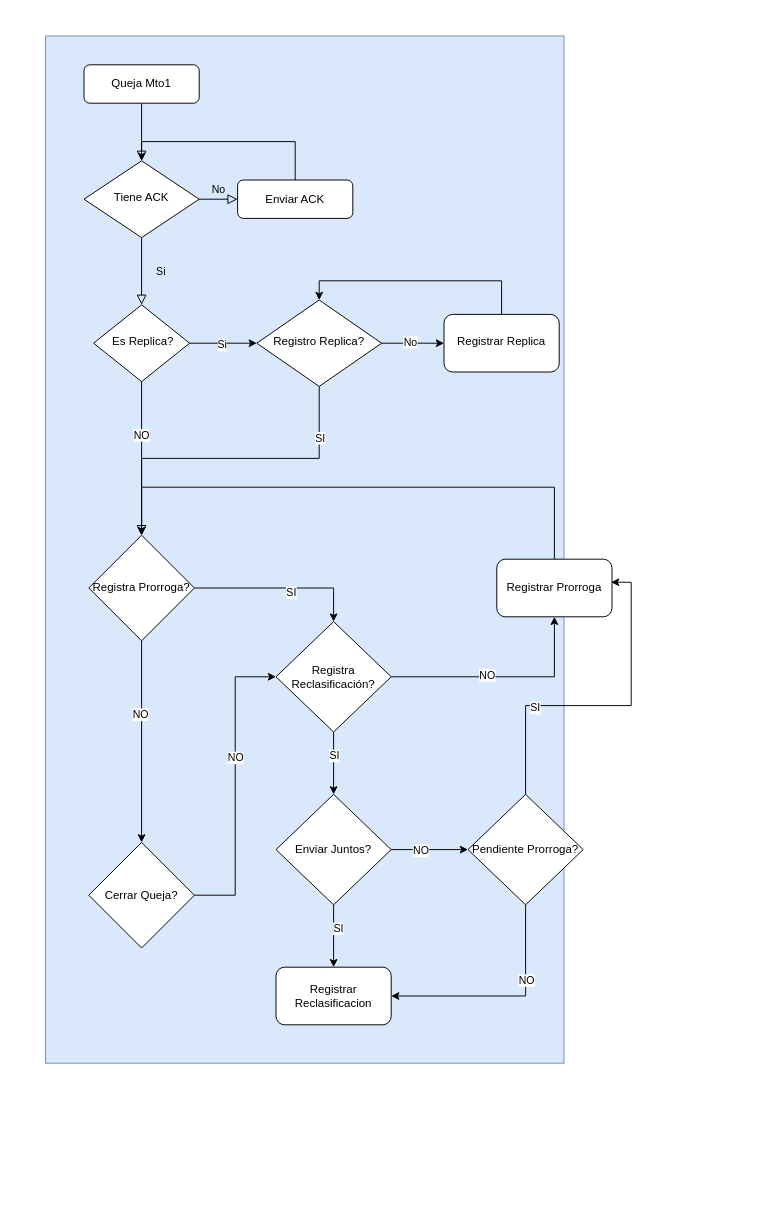
Above: Flujo Reclasificacion.drawio in PLATYPUSCO007/DRAWIO (draw.io), before the change. Source tidied: cells renumbered, new cells numbered last; positions are measured from the earlier drawing's top-left corner, leaving out a move shared by most shapes. Both pictures are drawn from the tidied source at 96%, with x=0, y=0 at pixel (45, 36).
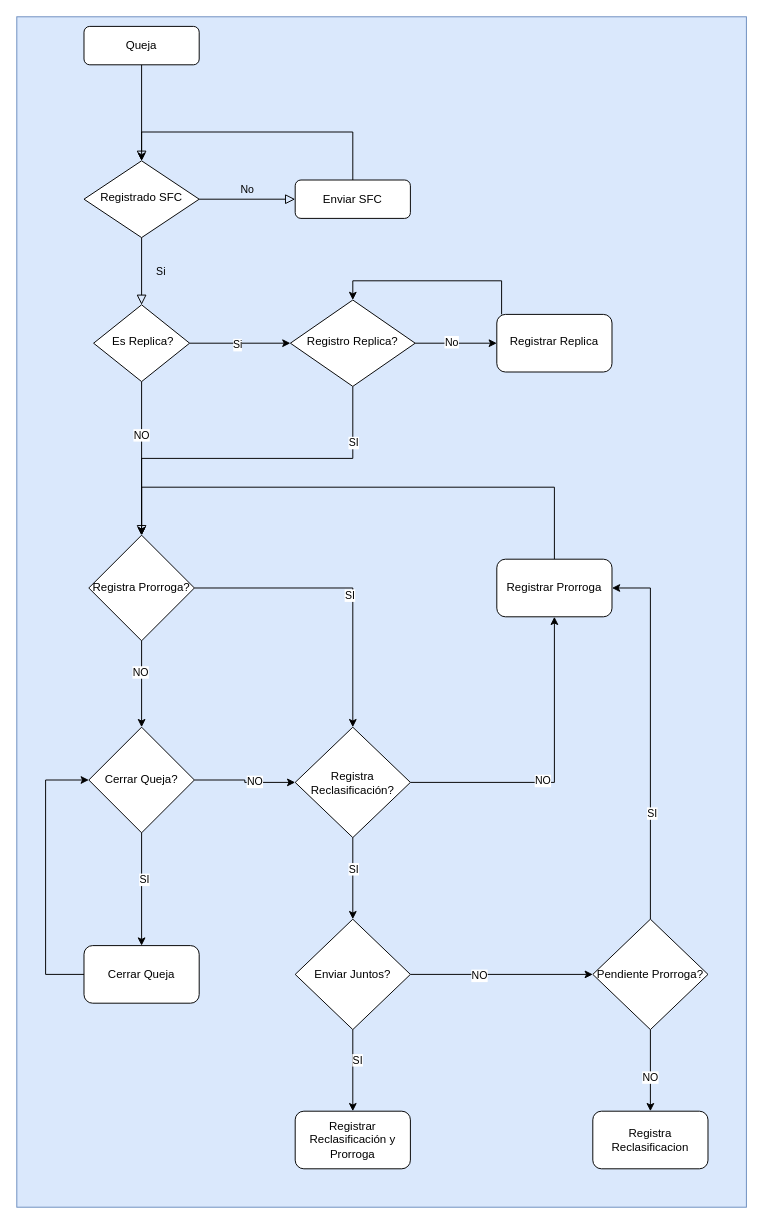
After the change.

The edit, as a diff of the source:
```diff
@@
+    <mxCell id="48" style="group;" parent="1" vertex="1">
+      <mxGeometry x="-30" y="-20" width="760" height="1240" as="geometry" />
+    </mxCell>
-    <mxCell id="2" style="rounded=0;whiteSpace=wrap;html=1;fillColor=#dae8fc;strokeColor=#6c8ebf;" parent="1" vertex="1">
-      <mxGeometry width="540" height="1070" as="geometry" />
+    <mxCell id="2" style="rounded=0;whiteSpace=wrap;html=1;fillColor=#dae8fc;strokeColor=#6c8ebf;" parent="48" vertex="1">
+      <mxGeometry width="760" height="1240" as="geometry" />
     </mxCell>
-    <mxCell id="3" style="rounded=0;html=1;jettySize=auto;fontSize=11;endArrow=block;endFill=0;endSize=8;strokeWidth=1;shadow=0;labelBackgroundColor=none;edgeStyle=orthogonalEdgeStyle;" parent="1" edge="1" source="4" target="7">
+    <mxCell id="3" style="rounded=0;html=1;jettySize=auto;fontSize=11;endArrow=block;endFill=0;endSize=8;strokeWidth=1;shadow=0;labelBackgroundColor=none;edgeStyle=orthogonalEdgeStyle;" parent="48" edge="1" source="4" target="7">
       <mxGeometry relative="1" as="geometry" />
     </mxCell>
-    <mxCell id="4" value="Queja Mto1" style="rounded=1;whiteSpace=wrap;html=1;fontSize=12;glass=0;strokeWidth=1;shadow=0;" parent="1" vertex="1">
-      <mxGeometry x="40" y="30" width="120" height="40" as="geometry" />
+    <mxCell id="4" value="Queja" style="rounded=1;whiteSpace=wrap;html=1;fontSize=12;glass=0;strokeWidth=1;shadow=0;" parent="48" vertex="1">
+      <mxGeometry x="70" y="10" width="120" height="40" as="geometry" />
     </mxCell>
-    <mxCell id="5" value="Si" style="rounded=0;html=1;jettySize=auto;fontSize=11;endArrow=block;endFill=0;endSize=8;strokeWidth=1;shadow=0;labelBackgroundColor=none;edgeStyle=orthogonalEdgeStyle;" parent="1" edge="1" source="7" target="14">
+    <mxCell id="5" value="Si" style="rounded=0;html=1;jettySize=auto;fontSize=11;endArrow=block;endFill=0;endSize=8;strokeWidth=1;shadow=0;labelBackgroundColor=none;edgeStyle=orthogonalEdgeStyle;" parent="48" edge="1" source="7" target="14">
       <mxGeometry y="20" relative="1" as="geometry" />
     </mxCell>
-    <mxCell id="6" value="No" style="edgeStyle=orthogonalEdgeStyle;rounded=0;html=1;jettySize=auto;fontSize=11;endArrow=block;endFill=0;endSize=8;strokeWidth=1;shadow=0;labelBackgroundColor=none;" parent="1" edge="1" source="7" target="9">
+    <mxCell id="6" value="No" style="edgeStyle=orthogonalEdgeStyle;rounded=0;html=1;jettySize=auto;fontSize=11;endArrow=block;endFill=0;endSize=8;strokeWidth=1;shadow=0;labelBackgroundColor=none;" parent="48" edge="1" source="7" target="9">
       <mxGeometry y="10" relative="1" as="geometry" />
     </mxCell>
-    <mxCell id="7" value="Tiene ACK" style="rhombus;whiteSpace=wrap;html=1;shadow=0;fontFamily=Helvetica;fontSize=12;align=center;strokeWidth=1;spacing=6;spacingTop=-4;" parent="1" vertex="1">
-      <mxGeometry x="40" y="130" width="120" height="80" as="geometry" />
+    <mxCell id="7" value="Registrado SFC" style="rhombus;whiteSpace=wrap;html=1;shadow=0;fontFamily=Helvetica;fontSize=12;align=center;strokeWidth=1;spacing=6;spacingTop=-4;" parent="48" vertex="1">
+      <mxGeometry x="70" y="150" width="120" height="80" as="geometry" />
     </mxCell>
-    <mxCell id="8" style="edgeStyle=orthogonalEdgeStyle;rounded=0;jettySize=auto;html=1;entryX=0.5;entryY=0;entryDx=0;entryDy=0;" parent="1" edge="1" source="9" target="7">
+    <mxCell id="8" style="edgeStyle=orthogonalEdgeStyle;rounded=0;jettySize=auto;html=1;entryX=0.5;entryY=0;entryDx=0;entryDy=0;exitX=0.5;exitY=0;exitDx=0;exitDy=0;" parent="48" edge="1" source="9" target="7">
       <mxGeometry relative="1" as="geometry">
         <Array as="points">
-          <mxPoint x="260" y="110" />
-          <mxPoint x="100" y="110" />
+          <mxPoint x="350" y="120" />
+          <mxPoint x="130" y="120" />
         </Array>
       </mxGeometry>
     </mxCell>
-    <mxCell id="9" value="Enviar ACK" style="rounded=1;whiteSpace=wrap;html=1;fontSize=12;glass=0;strokeWidth=1;shadow=0;" parent="1" vertex="1">
-      <mxGeometry x="200" y="150" width="120" height="40" as="geometry" />
+    <mxCell id="9" value="Enviar SFC" style="rounded=1;whiteSpace=wrap;html=1;fontSize=12;glass=0;strokeWidth=1;shadow=0;" parent="48" vertex="1">
+      <mxGeometry x="290" y="170" width="120" height="40" as="geometry" />
     </mxCell>
-    <mxCell id="10" style="rounded=0;html=1;jettySize=auto;fontSize=11;endArrow=block;endFill=0;endSize=8;strokeWidth=1;shadow=0;labelBackgroundColor=none;edgeStyle=orthogonalEdgeStyle;entryX=0.5;entryY=0;entryDx=0;entryDy=0;" parent="1" edge="1" source="14" target="19">
+    <mxCell id="10" style="rounded=0;html=1;jettySize=auto;fontSize=11;endArrow=block;endFill=0;endSize=8;strokeWidth=1;shadow=0;labelBackgroundColor=none;edgeStyle=orthogonalEdgeStyle;entryX=0.5;entryY=0;entryDx=0;entryDy=0;" parent="48" edge="1" source="14" target="19">
       <mxGeometry x="0.33" y="20" relative="1" as="geometry" />
     </mxCell>
@@
-    <mxCell id="12" style="edgeStyle=orthogonalEdgeStyle;rounded=0;jettySize=auto;html=1;" parent="1" edge="1" source="14" target="24">
+    <mxCell id="12" style="edgeStyle=orthogonalEdgeStyle;rounded=0;jettySize=auto;html=1;" parent="48" edge="1" source="14" target="24">
       <mxGeometry relative="1" as="geometry" />
     </mxCell>
@@
-    <mxCell id="14" value="&amp;nbsp;Es Replica?" style="rhombus;whiteSpace=wrap;html=1;shadow=0;fontFamily=Helvetica;fontSize=12;align=center;strokeWidth=1;spacing=6;spacingTop=-4;" parent="1" vertex="1">
-      <mxGeometry x="50" y="280" width="100" height="80" as="geometry" />
+    <mxCell id="14" value="&amp;nbsp;Es Replica?" style="rhombus;whiteSpace=wrap;html=1;shadow=0;fontFamily=Helvetica;fontSize=12;align=center;strokeWidth=1;spacing=6;spacingTop=-4;" parent="48" vertex="1">
+      <mxGeometry x="80" y="300" width="100" height="80" as="geometry" />
     </mxCell>
-    <mxCell id="15" style="edgeStyle=orthogonalEdgeStyle;rounded=0;jettySize=auto;html=1;entryX=0.5;entryY=0;entryDx=0;entryDy=0;" parent="1" edge="1" source="19" target="31">
+    <mxCell id="15" style="edgeStyle=orthogonalEdgeStyle;rounded=0;jettySize=auto;html=1;entryX=0.5;entryY=0;entryDx=0;entryDy=0;" parent="48" edge="1" source="19" target="31">
       <mxGeometry relative="1" as="geometry" />
     </mxCell>
@@
-    <mxCell id="17" style="edgeStyle=orthogonalEdgeStyle;rounded=0;jettySize=auto;html=1;" parent="1" edge="1" source="19" target="36">
+    <mxCell id="17" style="edgeStyle=orthogonalEdgeStyle;rounded=0;jettySize=auto;html=1;" parent="48" edge="1" source="19" target="36">
       <mxGeometry relative="1" as="geometry" />
     </mxCell>
@@
-    <mxCell id="19" value="Registra Prorroga?" style="rhombus;whiteSpace=wrap;html=1;" parent="1" vertex="1">
-      <mxGeometry x="45" y="520" width="110" height="110" as="geometry" />
+    <mxCell id="19" value="Registra Prorroga?" style="rhombus;whiteSpace=wrap;html=1;" parent="48" vertex="1">
+      <mxGeometry x="75" y="540" width="110" height="110" as="geometry" />
     </mxCell>
-    <mxCell id="20" style="edgeStyle=orthogonalEdgeStyle;rounded=0;jettySize=auto;html=1;entryX=0.5;entryY=0;entryDx=0;entryDy=0;exitX=0.5;exitY=1;exitDx=0;exitDy=0;" parent="1" edge="1" source="24" target="19">
+    <mxCell id="20" style="edgeStyle=orthogonalEdgeStyle;rounded=0;jettySize=auto;html=1;entryX=0.5;entryY=0;entryDx=0;entryDy=0;exitX=0.5;exitY=1;exitDx=0;exitDy=0;" parent="48" edge="1" source="24" target="19">
       <mxGeometry relative="1" as="geometry">
         <Array as="points">
-          <mxPoint x="285" y="440" />
-          <mxPoint x="100" y="440" />
+          <mxPoint x="350" y="460" />
+          <mxPoint x="130" y="460" />
         </Array>
       </mxGeometry>
     </mxCell>
@@
-    <mxCell id="22" style="edgeStyle=orthogonalEdgeStyle;rounded=0;jettySize=auto;html=1;" parent="1" edge="1" source="24" target="26">
+    <mxCell id="22" style="edgeStyle=orthogonalEdgeStyle;rounded=0;jettySize=auto;html=1;" parent="48" edge="1" source="24" target="26">
       <mxGeometry relative="1" as="geometry" />
     </mxCell>
@@
-    <mxCell id="24" value="Registro Replica?" style="rhombus;whiteSpace=wrap;html=1;shadow=0;fontFamily=Helvetica;fontSize=12;align=center;strokeWidth=1;spacing=6;spacingTop=-4;" parent="1" vertex="1">
-      <mxGeometry x="220" y="275" width="130" height="90" as="geometry" />
+    <mxCell id="24" value="Registro Replica?" style="rhombus;whiteSpace=wrap;html=1;shadow=0;fontFamily=Helvetica;fontSize=12;align=center;strokeWidth=1;spacing=6;spacingTop=-4;" parent="48" vertex="1">
+      <mxGeometry x="285" y="295" width="130" height="90" as="geometry" />
     </mxCell>
-    <mxCell id="25" style="edgeStyle=orthogonalEdgeStyle;rounded=0;jettySize=auto;html=1;entryX=0.5;entryY=0;entryDx=0;entryDy=0;" parent="1" edge="1" source="26" target="24">
+    <mxCell id="25" style="edgeStyle=orthogonalEdgeStyle;rounded=0;jettySize=auto;html=1;entryX=0.5;entryY=0;entryDx=0;entryDy=0;" parent="48" edge="1" source="26" target="24">
       <mxGeometry relative="1" as="geometry">
         <Array as="points">
-          <mxPoint x="475" y="255" />
-          <mxPoint x="285" y="255" />
+          <mxPoint x="505" y="275" />
+          <mxPoint x="350" y="275" />
         </Array>
       </mxGeometry>
     </mxCell>
-    <mxCell id="26" value="Registrar Replica" style="rounded=1;whiteSpace=wrap;html=1;shadow=0;strokeWidth=1;spacing=6;spacingTop=-4;" parent="1" vertex="1">
-      <mxGeometry x="415" y="290" width="120" height="60" as="geometry" />
+    <mxCell id="26" value="Registrar Replica" style="rounded=1;whiteSpace=wrap;html=1;shadow=0;strokeWidth=1;spacing=6;spacingTop=-4;" parent="48" vertex="1">
+      <mxGeometry x="500" y="310" width="120" height="60" as="geometry" />
     </mxCell>
-    <mxCell id="27" style="edgeStyle=orthogonalEdgeStyle;rounded=0;jettySize=auto;html=1;" parent="1" edge="1" source="31" target="33">
+    <mxCell id="27" style="edgeStyle=orthogonalEdgeStyle;rounded=0;jettySize=auto;html=1;" parent="48" edge="1" source="31" target="33">
       <mxGeometry relative="1" as="geometry" />
     </mxCell>
@@
-    <mxCell id="29" style="edgeStyle=orthogonalEdgeStyle;rounded=0;jettySize=auto;html=1;" parent="1" edge="1" source="31" target="41">
+    <mxCell id="29" style="edgeStyle=orthogonalEdgeStyle;rounded=0;jettySize=auto;html=1;" parent="48" edge="1" source="31" target="41">
       <mxGeometry relative="1" as="geometry" />
     </mxCell>
@@
-    <mxCell id="31" value="Registra&lt;br&gt;Reclasificación?" style="rhombus;whiteSpace=wrap;html=1;" parent="1" vertex="1">
-      <mxGeometry x="240" y="610" width="120" height="115" as="geometry" />
+    <mxCell id="31" value="Registra&lt;br&gt;Reclasificación?" style="rhombus;whiteSpace=wrap;html=1;" parent="48" vertex="1">
+      <mxGeometry x="290" y="740" width="120" height="115" as="geometry" />
     </mxCell>
-    <mxCell id="32" style="edgeStyle=orthogonalEdgeStyle;rounded=0;jettySize=auto;html=1;entryX=0.5;entryY=0;entryDx=0;entryDy=0;exitX=0.5;exitY=0;exitDx=0;exitDy=0;" parent="1" edge="1" source="33" target="19">
+    <mxCell id="32" style="edgeStyle=orthogonalEdgeStyle;rounded=0;jettySize=auto;html=1;entryX=0.5;entryY=0;entryDx=0;entryDy=0;exitX=0.5;exitY=0;exitDx=0;exitDy=0;" parent="48" edge="1" source="33" target="19">
       <mxGeometry relative="1" as="geometry">
         <Array as="points">
-          <mxPoint x="530" y="470" />
-          <mxPoint x="100" y="470" />
+          <mxPoint x="560" y="490" />
+          <mxPoint x="130" y="490" />
         </Array>
       </mxGeometry>
     </mxCell>
-    <mxCell id="33" value="Registrar Prorroga" style="rounded=1;whiteSpace=wrap;html=1;" parent="1" vertex="1">
-      <mxGeometry x="470" y="545" width="120" height="60" as="geometry" />
+    <mxCell id="33" value="Registrar Prorroga" style="rounded=1;whiteSpace=wrap;html=1;" parent="48" vertex="1">
+      <mxGeometry x="500" y="565" width="120" height="60" as="geometry" />
     </mxCell>
-    <mxCell id="34" style="edgeStyle=orthogonalEdgeStyle;rounded=0;jettySize=auto;html=1;entryX=0;entryY=0.5;entryDx=0;entryDy=0;" parent="1" edge="1" source="36" target="31">
+    <mxCell id="34" style="edgeStyle=orthogonalEdgeStyle;rounded=0;jettySize=auto;html=1;entryX=0;entryY=0.5;entryDx=0;entryDy=0;" parent="48" edge="1" source="36" target="31">
       <mxGeometry relative="1" as="geometry" />
     </mxCell>
@@
+    <mxCell id="49" style="edgeStyle=orthogonalEdgeStyle;rounded=0;jettySize=auto;html=1;" parent="48" edge="1" source="36" target="53">
+      <mxGeometry relative="1" as="geometry" />
+    </mxCell>
+    <mxCell id="50" value="SI" style="edgeLabel;html=1;align=center;verticalAlign=middle;" parent="49" vertex="1">
+      <mxGeometry x="-0.18" y="2" relative="1" as="geometry" />
+    </mxCell>
-    <mxCell id="36" value="Cerrar Queja?" style="rhombus;whiteSpace=wrap;html=1;" parent="1" vertex="1">
-      <mxGeometry x="45" y="840" width="110" height="110" as="geometry" />
+    <mxCell id="36" value="Cerrar Queja?" style="rhombus;whiteSpace=wrap;html=1;" parent="48" vertex="1">
+      <mxGeometry x="75" y="740" width="110" height="110" as="geometry" />
     </mxCell>
-    <mxCell id="37" style="edgeStyle=orthogonalEdgeStyle;rounded=0;jettySize=auto;html=1;" parent="1" edge="1" source="41" target="42">
+    <mxCell id="37" style="edgeStyle=orthogonalEdgeStyle;rounded=0;jettySize=auto;html=1;" parent="48" edge="1" source="41" target="42">
       <mxGeometry relative="1" as="geometry" />
     </mxCell>
@@
-    <mxCell id="39" style="edgeStyle=orthogonalEdgeStyle;rounded=0;jettySize=auto;html=1;" parent="1" edge="1" source="41" target="45">
+    <mxCell id="39" style="edgeStyle=orthogonalEdgeStyle;rounded=0;jettySize=auto;html=1;" parent="48" edge="1" source="41" target="45">
       <mxGeometry relative="1" as="geometry" />
     </mxCell>
@@
-    <mxCell id="41" value="Enviar Juntos?" style="rhombus;whiteSpace=wrap;html=1;" parent="1" vertex="1">
-      <mxGeometry x="240" y="790" width="120" height="115" as="geometry" />
+    <mxCell id="41" value="Enviar Juntos?" style="rhombus;whiteSpace=wrap;html=1;" parent="48" vertex="1">
+      <mxGeometry x="290" y="940" width="120" height="115" as="geometry" />
     </mxCell>
-    <mxCell id="42" value="Registrar Reclasificacion" style="rounded=1;whiteSpace=wrap;html=1;" parent="1" vertex="1">
-      <mxGeometry x="240" y="970" width="120" height="60" as="geometry" />
+    <mxCell id="42" value="Registrar Reclasificación y Prorroga" style="rounded=1;whiteSpace=wrap;html=1;" parent="48" vertex="1">
+      <mxGeometry x="290" y="1140" width="120" height="60" as="geometry" />
     </mxCell>
-    <mxCell id="43" style="edgeStyle=orthogonalEdgeStyle;rounded=0;jettySize=auto;html=1;entryX=1;entryY=0.5;entryDx=0;entryDy=0;exitX=0.5;exitY=1;exitDx=0;exitDy=0;" parent="1" edge="1" source="45" target="42">
-      <mxGeometry relative="1" as="geometry" />
-    </mxCell>
+    <mxCell id="51" style="edgeStyle=orthogonalEdgeStyle;rounded=0;jettySize=auto;html=1;entryX=0.5;entryY=0;entryDx=0;entryDy=0;exitX=0.5;exitY=1;exitDx=0;exitDy=0;" parent="48" edge="1" source="45" target="54">
+      <mxGeometry relative="1" as="geometry" />
+    </mxCell>
-    <mxCell id="44" value="NO" style="edgeLabel;html=1;align=center;verticalAlign=middle;" parent="43" vertex="1">
-      <mxGeometry x="-0.34" relative="1" as="geometry" />
+    <mxCell id="44" value="NO" style="edgeLabel;html=1;align=center;verticalAlign=middle;" parent="51" vertex="1">
+      <mxGeometry x="0.16" y="-1" relative="1" as="geometry" />
     </mxCell>
-    <mxCell id="45" value="Pendiente Prorroga?" style="rhombus;whiteSpace=wrap;html=1;" parent="1" vertex="1">
-      <mxGeometry x="440" y="790" width="120" height="115" as="geometry" />
+    <mxCell id="45" value="Pendiente Prorroga?" style="rhombus;whiteSpace=wrap;html=1;" parent="48" vertex="1">
+      <mxGeometry x="600" y="940" width="120" height="115" as="geometry" />
     </mxCell>
-    <mxCell id="46" style="edgeStyle=orthogonalEdgeStyle;rounded=0;jettySize=auto;html=1;entryX=0.992;entryY=0.4;entryDx=0;entryDy=0;entryPerimeter=0;" parent="1" edge="1" source="45" target="33">
+    <mxCell id="46" style="edgeStyle=orthogonalEdgeStyle;rounded=0;jettySize=auto;html=1;entryX=1;entryY=0.5;entryDx=0;entryDy=0;" parent="48" edge="1" source="45" target="33">
       <mxGeometry relative="1" as="geometry" />
     </mxCell>
@@
+    <mxCell id="52" style="edgeStyle=orthogonalEdgeStyle;rounded=0;jettySize=auto;html=1;entryX=0;entryY=0.5;entryDx=0;entryDy=0;exitX=0;exitY=0.5;exitDx=0;exitDy=0;" parent="48" edge="1" source="53" target="36">
+      <mxGeometry relative="1" as="geometry">
+        <Array as="points">
+          <mxPoint x="30" y="998" />
+          <mxPoint x="30" y="795" />
+        </Array>
+      </mxGeometry>
+    </mxCell>
+    <mxCell id="53" value="Cerrar Queja" style="rounded=1;whiteSpace=wrap;html=1;" parent="48" vertex="1">
+      <mxGeometry x="70" y="967.5" width="120" height="60" as="geometry" />
+    </mxCell>
+    <mxCell id="54" value="Registra Reclasificacion" style="rounded=1;whiteSpace=wrap;html=1;" parent="48" vertex="1">
+      <mxGeometry x="600" y="1140" width="120" height="60" as="geometry" />
+    </mxCell>
```
